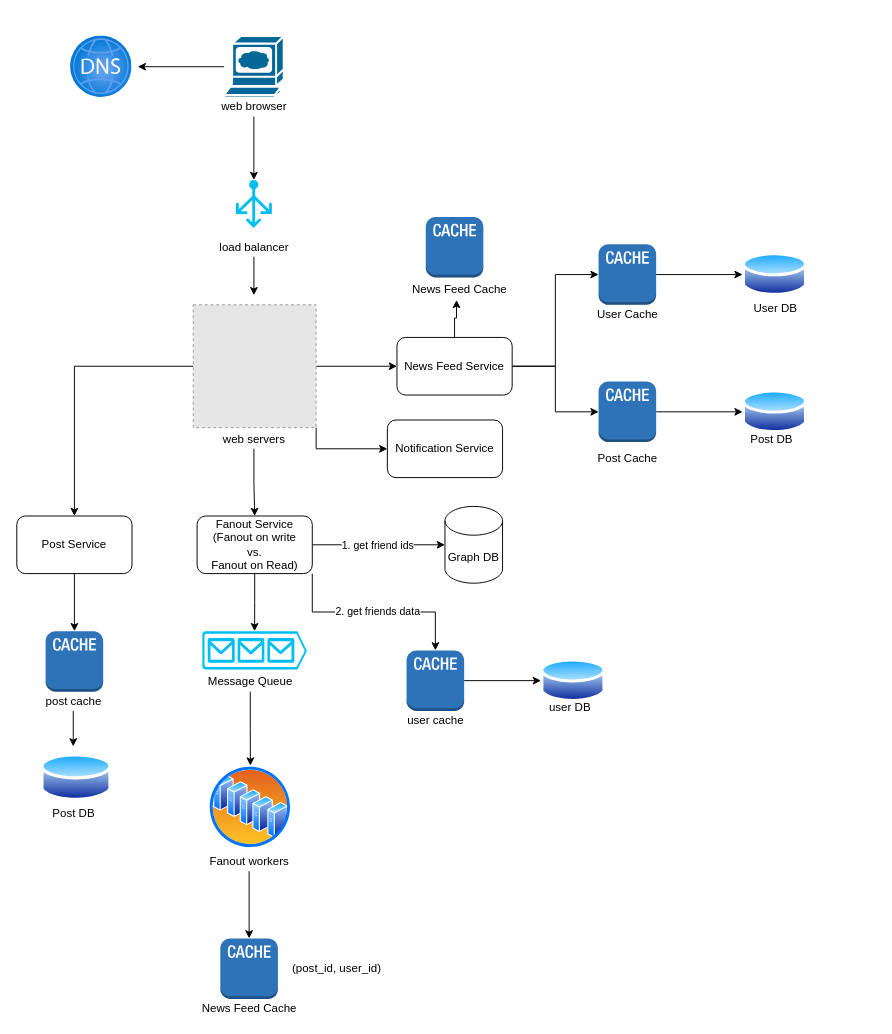
The draw.io diagram Untitled Diagram.drawio in qiusli/system-design, before the edit. Source tidied: cells renumbered, new cells numbered last; positions are measured from the earlier drawing's top-left corner, leaving out a move shared by most shapes. Both pictures are drawn from the tidied source at 96%, with x=0, y=0 at pixel (16, 36). Pictures stored in the file or linked from it are replaced by grey dashed boxes.
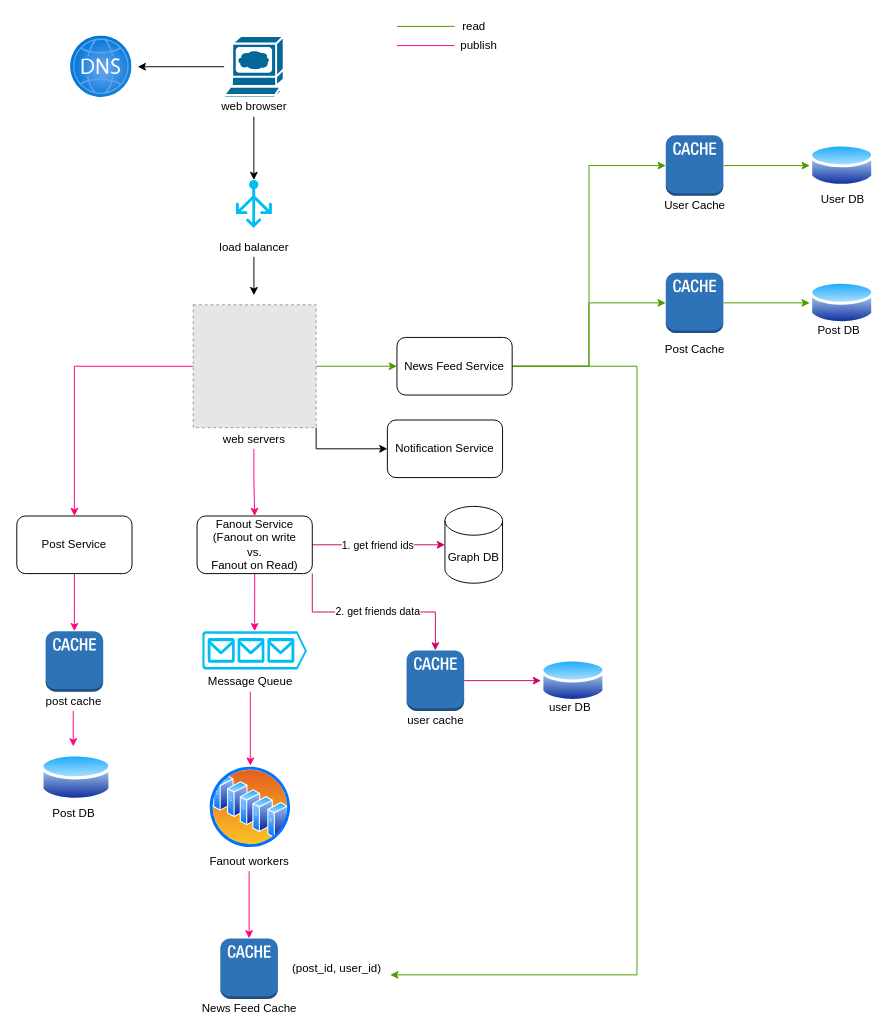
The same page after the edit.

The change refers to these unchanged cells:
```xml
<mxCell id="9" style="fillColor=#E6E6E6;strokeColor=#999999;dashed=1;html=1;verticalAlign=top;verticalLabelPosition=bottom;labelBackgroundColor=#ffffff;" parent="1" vertex="1">
  <mxGeometry x="183.8" y="280" width="128" height="128" as="geometry" />
</mxCell>
<mxCell id="11" value="Post Service" style="rounded=1;whiteSpace=wrap;html=1;" parent="1" vertex="1">
  <mxGeometry y="500" width="120" height="60" as="geometry" />
</mxCell>
<mxCell id="17" value="Fanout Service&lt;br&gt;(Fanout on write&lt;br&gt;vs.&lt;br&gt;Fanout on Read)" style="rounded=1;whiteSpace=wrap;html=1;" parent="1" vertex="1">
  <mxGeometry x="187.8" y="500" width="120" height="60" as="geometry" />
</mxCell>
<mxCell id="24" value="web servers" style="text;html=1;align=center;verticalAlign=middle;points=[];strokeColor=none;fillColor=none;" parent="1" vertex="1">
  <mxGeometry x="207" y="410" width="80" height="20" as="geometry" />
</mxCell>
<mxCell id="25" style="outlineConnect=0;dashed=0;verticalLabelPosition=bottom;verticalAlign=top;align=center;html=1;shape=mxgraph.aws3.cache_node;fillColor=#2E73B8;gradientColor=none;" parent="1" vertex="1">
  <mxGeometry x="30" y="620" width="60" height="63" as="geometry" />
</mxCell>
<mxCell id="27" value="Graph DB" style="shape=cylinder3;whiteSpace=wrap;html=1;boundedLbl=1;backgroundOutline=1;size=15;" parent="1" vertex="1">
  <mxGeometry x="446" y="490" width="60" height="80" as="geometry" />
</mxCell>
<mxCell id="29" style="outlineConnect=0;dashed=0;verticalLabelPosition=bottom;verticalAlign=top;align=center;html=1;shape=mxgraph.aws3.cache_node;fillColor=#2E73B8;gradientColor=none;" parent="1" vertex="1">
  <mxGeometry x="406" y="640" width="60" height="63" as="geometry" />
</mxCell>
<mxCell id="30" style="perimeter=ellipsePerimeter;html=1;align=center;shadow=0;dashed=0;spacingTop=3;image;image=img/lib/active_directory/database.svg;" parent="1" vertex="1">
  <mxGeometry x="546" y="646.5" width="67.6" height="50" as="geometry" />
</mxCell>
<mxCell id="31" style="verticalLabelPosition=bottom;html=1;verticalAlign=top;align=center;strokeColor=none;fillColor=#00BEF2;shape=mxgraph.azure.queue_generic;" parent="1" vertex="1">
  <mxGeometry x="193.2" y="620" width="109" height="40" as="geometry" />
</mxCell>
<mxCell id="32" style="perimeter=ellipsePerimeter;html=1;align=center;shadow=0;dashed=0;spacingTop=3;image;image=img/lib/active_directory/server_farm.svg;" parent="1" vertex="1">
  <mxGeometry x="199.8" y="760" width="87" height="87" as="geometry" />
</mxCell>
<mxCell id="33" style="outlineConnect=0;dashed=0;verticalLabelPosition=bottom;verticalAlign=top;align=center;html=1;shape=mxgraph.aws3.cache_node;fillColor=#2E73B8;gradientColor=none;" parent="1" vertex="1">
  <mxGeometry x="212" y="940" width="60" height="63" as="geometry" />
</mxCell>
<mxCell id="37" value="post cache" style="text;html=1;align=center;verticalAlign=middle;points=[];strokeColor=none;fillColor=none;" parent="1" vertex="1">
  <mxGeometry x="23.8" y="683" width="70" height="20" as="geometry" />
</mxCell>
<mxCell id="40" value="Message Queue" style="text;html=1;align=center;verticalAlign=middle;points=[];strokeColor=none;fillColor=none;" parent="1" vertex="1">
  <mxGeometry x="193.2" y="663" width="100" height="20" as="geometry" />
</mxCell>
<mxCell id="42" value="Fanout workers" style="text;html=1;align=center;verticalAlign=middle;points=[];strokeColor=none;fillColor=none;" parent="1" vertex="1">
  <mxGeometry x="192" y="850" width="100" height="20" as="geometry" />
</mxCell>
<mxCell id="44" value="(post_id, user_id)" style="text;html=1;align=center;verticalAlign=middle;points=[];strokeColor=none;fillColor=none;" parent="1" vertex="1">
  <mxGeometry x="278" y="961.5" width="110" height="20" as="geometry" />
</mxCell>
<mxCell id="48" value="News Feed Service" style="rounded=1;whiteSpace=wrap;html=1;" parent="1" vertex="1">
  <mxGeometry x="396" y="314" width="120" height="60" as="geometry" />
</mxCell>
```

What changed in the source:
```diff
@@
-    <mxCell id="6" style="edgeStyle=orthogonalEdgeStyle;rounded=0;jettySize=auto;html=1;entryX=0.5;entryY=0;entryDx=0;entryDy=0;" parent="1" edge="1" source="9" target="11">
+    <mxCell id="6" style="edgeStyle=orthogonalEdgeStyle;rounded=0;jettySize=auto;html=1;entryX=0.5;entryY=0;entryDx=0;entryDy=0;strokeColor=#FF0080;" parent="1" edge="1" source="9" target="11">
       <mxGeometry relative="1" as="geometry" />
     </mxCell>
@@
-    <mxCell id="8" style="edgeStyle=orthogonalEdgeStyle;rounded=0;jettySize=auto;html=1;" parent="1" edge="1" source="9" target="48">
+    <mxCell id="8" style="edgeStyle=orthogonalEdgeStyle;rounded=0;jettySize=auto;html=1;strokeColor=#4D9900;" parent="1" edge="1" source="9" target="48">
       <mxGeometry relative="1" as="geometry" />
     </mxCell>
@@
-    <mxCell id="10" style="edgeStyle=orthogonalEdgeStyle;rounded=0;jettySize=auto;html=1;entryX=0.5;entryY=0;entryDx=0;entryDy=0;entryPerimeter=0;" parent="1" edge="1" source="11" target="25">
+    <mxCell id="10" style="edgeStyle=orthogonalEdgeStyle;rounded=0;jettySize=auto;html=1;entryX=0.5;entryY=0;entryDx=0;entryDy=0;entryPerimeter=0;strokeColor=#FF0080;" parent="1" edge="1" source="11" target="25">
       <mxGeometry relative="1" as="geometry" />
     </mxCell>
@@
-    <mxCell id="12" style="edgeStyle=orthogonalEdgeStyle;rounded=0;jettySize=auto;html=1;entryX=0.5;entryY=0;entryDx=0;entryDy=0;entryPerimeter=0;" parent="1" edge="1" source="17" target="31">
+    <mxCell id="12" style="edgeStyle=orthogonalEdgeStyle;rounded=0;jettySize=auto;html=1;entryX=0.5;entryY=0;entryDx=0;entryDy=0;entryPerimeter=0;strokeColor=#FF0080;" parent="1" edge="1" source="17" target="31">
       <mxGeometry relative="1" as="geometry" />
     </mxCell>
-    <mxCell id="13" style="edgeStyle=orthogonalEdgeStyle;rounded=0;jettySize=auto;html=1;entryX=0;entryY=0.5;entryDx=0;entryDy=0;entryPerimeter=0;" parent="1" edge="1" source="17" target="27">
+    <mxCell id="13" style="edgeStyle=orthogonalEdgeStyle;rounded=0;jettySize=auto;html=1;entryX=0;entryY=0.5;entryDx=0;entryDy=0;entryPerimeter=0;strokeColor=#CC0066;" parent="1" edge="1" source="17" target="27">
       <mxGeometry relative="1" as="geometry" />
     </mxCell>
@@
-    <mxCell id="15" style="edgeStyle=orthogonalEdgeStyle;rounded=0;jettySize=auto;html=1;exitX=1;exitY=1;exitDx=0;exitDy=0;entryX=0.5;entryY=0;entryDx=0;entryDy=0;entryPerimeter=0;" parent="1" edge="1" source="17" target="29">
+    <mxCell id="15" style="edgeStyle=orthogonalEdgeStyle;rounded=0;jettySize=auto;html=1;exitX=1;exitY=1;exitDx=0;exitDy=0;entryX=0.5;entryY=0;entryDx=0;entryDy=0;entryPerimeter=0;strokeColor=#CC0066;" parent="1" edge="1" source="17" target="29">
       <mxGeometry relative="1" as="geometry" />
     </mxCell>
@@
-    <mxCell id="23" style="edgeStyle=orthogonalEdgeStyle;rounded=0;jettySize=auto;html=1;entryX=0.5;entryY=0;entryDx=0;entryDy=0;" parent="1" edge="1" source="24" target="17">
+    <mxCell id="23" style="edgeStyle=orthogonalEdgeStyle;rounded=0;jettySize=auto;html=1;entryX=0.5;entryY=0;entryDx=0;entryDy=0;strokeColor=#FF0080;" parent="1" edge="1" source="24" target="17">
       <mxGeometry relative="1" as="geometry" />
     </mxCell>
@@
-    <mxCell id="28" style="edgeStyle=orthogonalEdgeStyle;rounded=0;jettySize=auto;html=1;entryX=0;entryY=0.5;entryDx=0;entryDy=0;" parent="1" edge="1" source="29" target="30">
+    <mxCell id="28" style="edgeStyle=orthogonalEdgeStyle;rounded=0;jettySize=auto;html=1;entryX=0;entryY=0.5;entryDx=0;entryDy=0;strokeColor=#CC0066;" parent="1" edge="1" source="29" target="30">
       <mxGeometry relative="1" as="geometry" />
     </mxCell>
@@
-    <mxCell id="36" style="edgeStyle=orthogonalEdgeStyle;rounded=0;jettySize=auto;html=1;" parent="1" edge="1" source="37">
+    <mxCell id="36" style="edgeStyle=orthogonalEdgeStyle;rounded=0;jettySize=auto;html=1;strokeColor=#FF0080;" parent="1" edge="1" source="37">
       <mxGeometry relative="1" as="geometry">
         <mxPoint x="58.8" y="740" as="targetPoint" />
       </mxGeometry>
     </mxCell>
@@
-    <mxCell id="39" style="edgeStyle=orthogonalEdgeStyle;rounded=0;jettySize=auto;html=1;entryX=0.5;entryY=0;entryDx=0;entryDy=0;" parent="1" edge="1" source="40" target="32">
+    <mxCell id="39" style="edgeStyle=orthogonalEdgeStyle;rounded=0;jettySize=auto;html=1;entryX=0.5;entryY=0;entryDx=0;entryDy=0;strokeColor=#FF0080;" parent="1" edge="1" source="40" target="32">
       <mxGeometry relative="1" as="geometry" />
     </mxCell>
@@
-    <mxCell id="41" style="edgeStyle=orthogonalEdgeStyle;rounded=0;jettySize=auto;html=1;" parent="1" edge="1" source="42" target="33">
+    <mxCell id="41" style="edgeStyle=orthogonalEdgeStyle;rounded=0;jettySize=auto;html=1;strokeColor=#FF0080;" parent="1" edge="1" source="42" target="33">
       <mxGeometry relative="1" as="geometry" />
     </mxCell>
@@
+    <mxCell id="61" style="edgeStyle=orthogonalEdgeStyle;rounded=0;jettySize=auto;html=1;entryX=1.009;entryY=0.825;entryDx=0;entryDy=0;entryPerimeter=0;strokeColor=#4D9900;" parent="1" edge="1" source="48" target="44">
+      <mxGeometry relative="1" as="geometry">
+        <Array as="points">
+          <mxPoint x="646" y="344" />
+          <mxPoint x="646" y="978" />
+        </Array>
+      </mxGeometry>
+    </mxCell>
+    <mxCell id="46" style="edgeStyle=orthogonalEdgeStyle;rounded=0;jettySize=auto;html=1;entryX=0;entryY=0.5;entryDx=0;entryDy=0;entryPerimeter=0;strokeColor=#4D9900;" parent="1" edge="1" source="48" target="53">
+      <mxGeometry relative="1" as="geometry" />
+    </mxCell>
-    <mxCell id="45" style="edgeStyle=orthogonalEdgeStyle;rounded=0;jettySize=auto;html=1;entryX=0;entryY=0.5;entryDx=0;entryDy=0;entryPerimeter=0;" parent="1" edge="1" source="48" target="50">
+    <mxCell id="45" style="edgeStyle=orthogonalEdgeStyle;rounded=0;jettySize=auto;html=1;entryX=0;entryY=0.5;entryDx=0;entryDy=0;entryPerimeter=0;strokeColor=#4D9900;" parent="1" edge="1" source="48" target="50">
       <mxGeometry relative="1" as="geometry" />
     </mxCell>
-    <mxCell id="46" style="edgeStyle=orthogonalEdgeStyle;rounded=0;jettySize=auto;html=1;" parent="1" edge="1" source="48" target="53">
-      <mxGeometry relative="1" as="geometry" />
-    </mxCell>
-    <mxCell id="47" style="edgeStyle=orthogonalEdgeStyle;rounded=0;jettySize=auto;html=1;entryX=0.473;entryY=1.075;entryDx=0;entryDy=0;entryPerimeter=0;" parent="1" edge="1" source="48" target="60">
-      <mxGeometry relative="1" as="geometry" />
-    </mxCell>
@@
-    <mxCell id="49" style="edgeStyle=orthogonalEdgeStyle;rounded=0;jettySize=auto;html=1;entryX=0;entryY=0.5;entryDx=0;entryDy=0;" parent="1" edge="1" source="50" target="51">
+    <mxCell id="49" style="edgeStyle=orthogonalEdgeStyle;rounded=0;jettySize=auto;html=1;entryX=0;entryY=0.5;entryDx=0;entryDy=0;strokeColor=#4D9900;" parent="1" edge="1" source="50" target="51">
       <mxGeometry relative="1" as="geometry" />
     </mxCell>
     <mxCell id="50" style="outlineConnect=0;dashed=0;verticalLabelPosition=bottom;verticalAlign=top;align=center;html=1;shape=mxgraph.aws3.cache_node;fillColor=#2E73B8;gradientColor=none;" parent="1" vertex="1">
-      <mxGeometry x="606" y="217" width="60" height="63" as="geometry" />
+      <mxGeometry x="676" y="103.5" width="60" height="63" as="geometry" />
     </mxCell>
     <mxCell id="51" style="perimeter=ellipsePerimeter;html=1;align=center;shadow=0;dashed=0;spacingTop=3;image;image=img/lib/active_directory/database.svg;" parent="1" vertex="1">
-      <mxGeometry x="756" y="223.5" width="67.6" height="50" as="geometry" />
+      <mxGeometry x="826" y="110" width="67.6" height="50" as="geometry" />
     </mxCell>
-    <mxCell id="52" style="edgeStyle=orthogonalEdgeStyle;rounded=0;jettySize=auto;html=1;entryX=0;entryY=0.5;entryDx=0;entryDy=0;" parent="1" edge="1" source="53" target="54">
+    <mxCell id="52" style="edgeStyle=orthogonalEdgeStyle;rounded=0;jettySize=auto;html=1;entryX=0;entryY=0.5;entryDx=0;entryDy=0;strokeColor=#4D9900;" parent="1" edge="1" source="53" target="54">
       <mxGeometry relative="1" as="geometry" />
     </mxCell>
     <mxCell id="53" style="outlineConnect=0;dashed=0;verticalLabelPosition=bottom;verticalAlign=top;align=center;html=1;shape=mxgraph.aws3.cache_node;fillColor=#2E73B8;gradientColor=none;" parent="1" vertex="1">
-      <mxGeometry x="606" y="360" width="60" height="63" as="geometry" />
+      <mxGeometry x="676" y="246.5" width="60" height="63" as="geometry" />
     </mxCell>
     <mxCell id="54" style="perimeter=ellipsePerimeter;html=1;align=center;shadow=0;dashed=0;spacingTop=3;image;image=img/lib/active_directory/database.svg;" parent="1" vertex="1">
-      <mxGeometry x="756" y="366.5" width="67.6" height="50" as="geometry" />
+      <mxGeometry x="826" y="253" width="67.6" height="50" as="geometry" />
     </mxCell>
     <mxCell id="55" value="User Cache" style="text;html=1;align=center;verticalAlign=middle;strokeColor=none;fillColor=none;" parent="1" vertex="1">
-      <mxGeometry x="596" y="280" width="80" height="20" as="geometry" />
+      <mxGeometry x="666" y="166.5" width="80" height="20" as="geometry" />
     </mxCell>
     <mxCell id="56" value="User DB" style="text;html=1;align=center;verticalAlign=middle;strokeColor=none;fillColor=none;" parent="1" vertex="1">
-      <mxGeometry x="759.8" y="273.5" width="60" height="20" as="geometry" />
+      <mxGeometry x="829.8" y="160" width="60" height="20" as="geometry" />
     </mxCell>
     <mxCell id="57" value="Post Cache" style="text;html=1;align=center;verticalAlign=middle;strokeColor=none;fillColor=none;" parent="1" vertex="1">
-      <mxGeometry x="596" y="430" width="80" height="20" as="geometry" />
+      <mxGeometry x="666" y="316.5" width="80" height="20" as="geometry" />
     </mxCell>
     <mxCell id="58" value="Post DB" style="text;html=1;align=center;verticalAlign=middle;strokeColor=none;fillColor=none;" parent="1" vertex="1">
-      <mxGeometry x="756" y="410" width="60" height="20" as="geometry" />
+      <mxGeometry x="826" y="296.5" width="60" height="20" as="geometry" />
     </mxCell>
-    <mxCell id="59" style="dashed=0;verticalLabelPosition=bottom;verticalAlign=top;align=center;html=1;shape=mxgraph.aws3.cache_node;fillColor=#2E73B8;gradientColor=none;" parent="1" vertex="1">
-      <mxGeometry x="426" y="188.5" width="60" height="63" as="geometry" />
-    </mxCell>
-    <mxCell id="60" value="News Feed Cache" style="text;html=1;align=center;verticalAlign=middle;points=[];strokeColor=none;fillColor=none;" parent="1" vertex="1">
-      <mxGeometry x="406" y="253.5" width="110" height="20" as="geometry" />
-    </mxCell>
+    <mxCell id="62" style="endArrow=none;html=1;rounded=0;strokeColor=#4D9900;" parent="1" edge="1">
+      <mxGeometry relative="1" as="geometry">
+        <mxPoint x="396" y="-10" as="sourcePoint" />
+        <mxPoint x="456" y="-10" as="targetPoint" />
+      </mxGeometry>
+    </mxCell>
+    <mxCell id="63" value="read" style="text;html=1;align=center;verticalAlign=middle;strokeColor=none;fillColor=none;" parent="1" vertex="1">
+      <mxGeometry x="456" y="-20" width="40" height="20" as="geometry" />
+    </mxCell>
+    <mxCell id="64" style="endArrow=none;html=1;rounded=0;strokeColor=#FF0080;" parent="1" edge="1">
+      <mxGeometry relative="1" as="geometry">
+        <mxPoint x="396" y="10" as="sourcePoint" />
+        <mxPoint x="456" y="10" as="targetPoint" />
+      </mxGeometry>
+    </mxCell>
+    <mxCell id="65" value="publish" style="text;html=1;align=center;verticalAlign=middle;strokeColor=none;fillColor=none;" parent="1" vertex="1">
+      <mxGeometry x="456" width="50" height="20" as="geometry" />
+    </mxCell>
```
